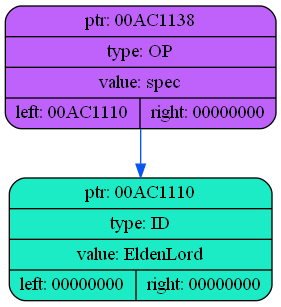
coffee8cat/Elden-language keeps this Graphviz diagram as dump/dump1.png. Above is the earlier version. Its source is kept beside it as dump/dump1.dot.
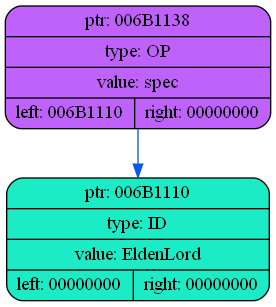
The same file after the commit.

What changed in the source:
```diff
@@ -2,7 +2,7 @@
 {
     rankdir=TP
 
-        node00AC1138[shape=record,style="rounded,filled",fillcolor="#BF62FC",label="{ ptr: 00AC1138 | type: OP | value: spec| { left: 00AC1110 | right: 00000000 }}"];
-    node00AC1138 -> node00AC1110[color="#0855F0"]
-    node00AC1110[shape=record,style="rounded,filled",fillcolor="#1BECC5",label="{ ptr: 00AC1110 | type: ID | value: EldenLord| { left: 00000000 | right: 00000000 }}"];
+        node006B1138[shape=record,style="rounded,filled",fillcolor="#BF62FC",label="{ ptr: 006B1138 | type: OP | value: spec| { left: 006B1110 | right: 00000000 }}"];
+    node006B1138 -> node006B1110[color="#0855F0"]
+    node006B1110[shape=record,style="rounded,filled",fillcolor="#1BECC5",label="{ ptr: 006B1110 | type: ID | value: EldenLord| { left: 00000000 | right: 00000000 }}"];
 }
```
